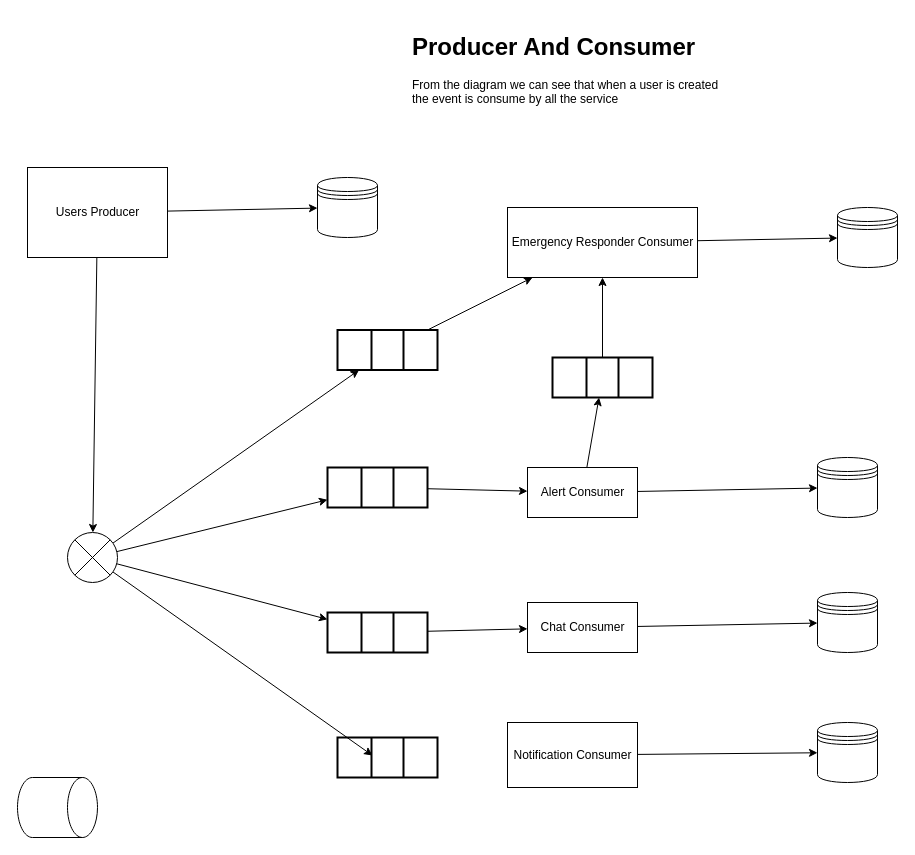
Above: page "Page-2" (2 of 3) of diagram.drawio in Tomdieu/DisasterFlow (draw.io), before the change. Source tidied: cells renumbered, new cells numbered last; positions are measured from the earlier drawing's top-left corner, leaving out a move shared by most shapes. Both pictures are drawn from the tidied source at 100%, with x=0, y=0 at pixel (17, 27).
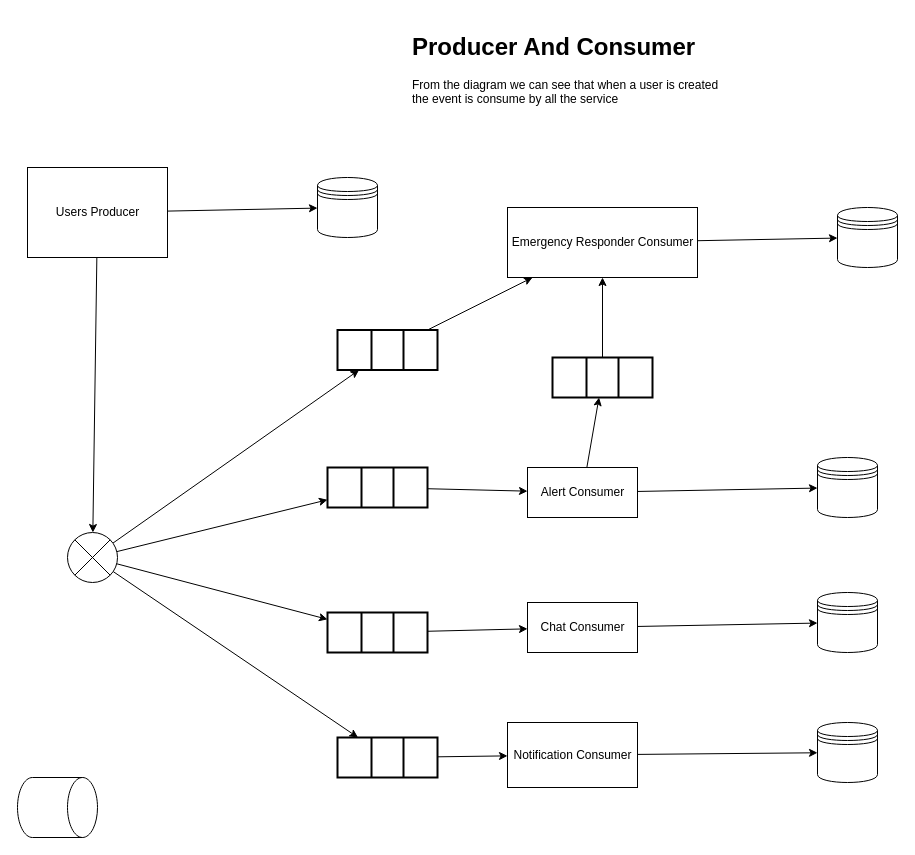
Above is the later version.

Unchanged cells that the change refers to:
```xml
<mxCell id="18" value="Notification Consumer" style="html=1;" parent="1" vertex="1">
  <mxGeometry x="490" y="695" width="130" height="65" as="geometry" />
</mxCell>
<mxCell id="21" style="shape=sumEllipse;perimeter=ellipsePerimeter;whiteSpace=wrap;html=1;backgroundOutline=1;" parent="1" vertex="1">
  <mxGeometry x="50" y="505" width="50" height="50" as="geometry" />
</mxCell>
<mxCell id="28" style="strokeWidth=2;html=1;shape=mxgraph.lean_mapping.buffer_or_safety_stock;direction=south;" parent="1" vertex="1">
  <mxGeometry x="320" y="710" width="100" height="40" as="geometry" />
</mxCell>
```

The edit, as a diff of the source:
```diff
@@
+    <mxCell id="35" style="edgeStyle=none;html=1;" parent="1" edge="1" source="28" target="18">
+      <mxGeometry relative="1" as="geometry" />
+    </mxCell>
@@
-    <mxCell id="31" style="endArrow=classic;html=1;entryX=0.45;entryY=0.65;entryDx=0;entryDy=0;entryPerimeter=0;" parent="1" edge="1" source="21" target="28">
+    <mxCell id="31" style="endArrow=classic;html=1;" parent="1" edge="1" source="21" target="28">
       <mxGeometry relative="1" as="geometry" />
     </mxCell>
```
